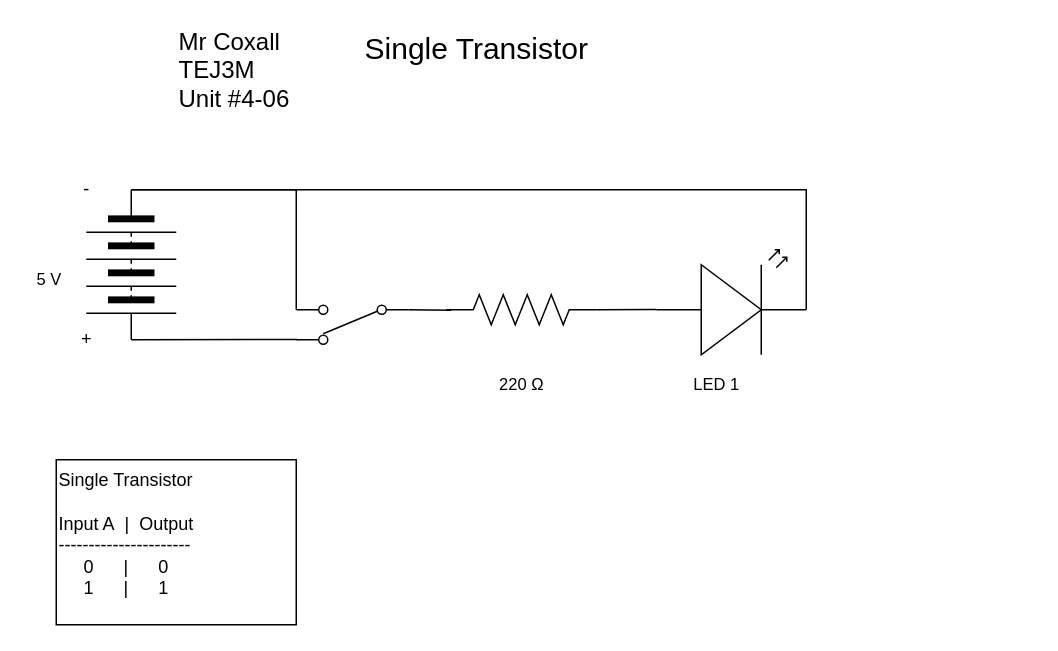
Above: Unit4-06/TEJ3M-Unit4-06.drawio in tej3m1-1-2021/TEJ3M-Unit4 (draw.io), before the change. Source tidied: cells renumbered, new cells numbered last; positions are measured from the earlier drawing's top-left corner, leaving out a move shared by most shapes. Both pictures are drawn from the tidied source at 150%, with x=0, y=0 at pixel (26, 32).
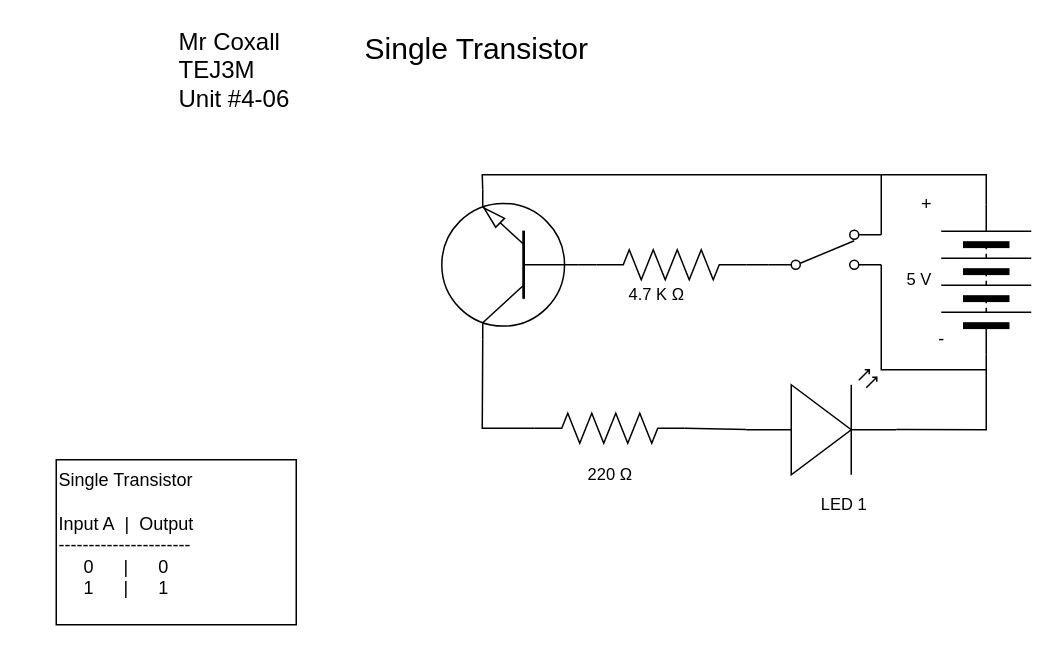
The same diagram, later.

What changed in the source:
```diff
@@
-    <mxCell id="2" style="edgeStyle=none;shape=connector;rounded=0;html=1;entryX=1;entryY=0.57;entryDx=0;entryDy=0;entryPerimeter=0;labelBackgroundColor=default;fontFamily=Helvetica;fontSize=11;fontColor=default;endArrow=none;endFill=0;strokeColor=default;" parent="1" edge="1" target="7">
-      <mxGeometry relative="1" as="geometry">
-        <mxPoint x="70" y="105" as="sourcePoint" />
-        <Array as="points">
-          <mxPoint x="520" y="105" />
-        </Array>
-      </mxGeometry>
-    </mxCell>
-    <mxCell id="3" style="verticalLabelPosition=bottom;shadow=0;dashed=0;align=center;html=1;verticalAlign=top;shape=mxgraph.electrical.miscellaneous.batteryStack;rotation=90;" parent="1" vertex="1">
-      <mxGeometry x="20" y="125" width="100" height="60" as="geometry" />
+    <mxCell id="3" style="verticalLabelPosition=bottom;shadow=0;dashed=0;align=center;html=1;verticalAlign=top;shape=mxgraph.electrical.miscellaneous.batteryStack;rotation=-90;" parent="1" vertex="1">
+      <mxGeometry x="590" y="135" width="100" height="60" as="geometry" />
     </mxCell>
-    <mxCell id="4" style="edgeStyle=none;shape=connector;rounded=1;html=1;exitX=1;exitY=0.5;exitDx=0;exitDy=0;exitPerimeter=0;entryX=0;entryY=0.57;entryDx=0;entryDy=0;entryPerimeter=0;labelBackgroundColor=default;fontFamily=Helvetica;fontSize=11;fontColor=default;endArrow=none;endFill=0;strokeColor=default;" parent="1" edge="1" source="6" target="7">
+    <mxCell id="4" style="edgeStyle=none;rounded=0;html=1;exitX=1;exitY=0.5;exitDx=0;exitDy=0;exitPerimeter=0;entryX=0;entryY=0.57;entryDx=0;entryDy=0;entryPerimeter=0;fontSize=20;endArrow=none;endFill=0;" parent="1" edge="1" source="6" target="7">
       <mxGeometry relative="1" as="geometry" />
     </mxCell>
-    <mxCell id="5" style="edgeStyle=none;html=1;entryX=0;entryY=0.885;entryDx=0;entryDy=0;entryPerimeter=0;endArrow=none;endFill=0;exitX=0.034;exitY=0.519;exitDx=0;exitDy=0;exitPerimeter=0;" parent="1" edge="1" source="6" target="15">
-      <mxGeometry relative="1" as="geometry" />
-    </mxCell>
     <mxCell id="6" style="verticalLabelPosition=bottom;shadow=0;dashed=0;align=center;html=1;verticalAlign=top;shape=mxgraph.electrical.resistors.resistor_2;" parent="1" vertex="1">
-      <mxGeometry x="280" y="175" width="100" height="20" as="geometry" />
+      <mxGeometry x="339" y="254" width="100" height="20" as="geometry" />
     </mxCell>
+    <mxCell id="19" style="edgeStyle=none;rounded=0;html=1;exitX=1;exitY=0.57;exitDx=0;exitDy=0;exitPerimeter=0;entryX=0;entryY=0.5;entryDx=0;entryDy=0;fontSize=20;endArrow=none;endFill=0;" parent="1" edge="1" source="7" target="3">
+      <mxGeometry relative="1" as="geometry">
+        <Array as="points">
+          <mxPoint x="640" y="265" />
+        </Array>
+      </mxGeometry>
+    </mxCell>
     <mxCell id="7" style="verticalLabelPosition=bottom;shadow=0;dashed=0;align=center;html=1;verticalAlign=top;shape=mxgraph.electrical.opto_electronics.led_2;" parent="1" vertex="1">
-      <mxGeometry x="420" y="145" width="100" height="70" as="geometry" />
+      <mxGeometry x="480" y="225" width="100" height="70" as="geometry" />
     </mxCell>
     <mxCell id="8" value="5 V" style="text;html=1;align=center;verticalAlign=middle;strokeColor=none;fillColor=none;fontSize=11;fontFamily=Helvetica;fontColor=default;" parent="1" vertex="1">
-      <mxGeometry y="155" width="30" height="20" as="geometry" />
+      <mxGeometry x="580" y="155" width="30" height="20" as="geometry" />
     </mxCell>
     <mxCell id="9" value="220&amp;nbsp;Ω" style="text;html=1;align=center;verticalAlign=middle;strokeColor=none;fillColor=none;fontSize=11;fontFamily=Helvetica;fontColor=default;" parent="1" vertex="1">
-      <mxGeometry x="305" y="225" width="50" height="20" as="geometry" />
+      <mxGeometry x="364" y="285" width="50" height="20" as="geometry" />
     </mxCell>
     <mxCell id="10" value="LED 1" style="text;html=1;align=center;verticalAlign=middle;strokeColor=none;fillColor=none;fontSize=11;fontFamily=Helvetica;fontColor=default;" parent="1" vertex="1">
-      <mxGeometry x="435" y="225" width="50" height="20" as="geometry" />
+      <mxGeometry x="520" y="305" width="50" height="20" as="geometry" />
     </mxCell>
@@
-    <mxCell id="13" style="edgeStyle=none;html=1;entryX=1;entryY=0.5;entryDx=0;entryDy=0;endArrow=none;endFill=0;exitX=0.99;exitY=0.121;exitDx=0;exitDy=0;exitPerimeter=0;rounded=0;" parent="1" edge="1" source="15" target="3">
-      <mxGeometry relative="1" as="geometry">
-        <Array as="points">
-          <mxPoint x="181" y="205" />
-        </Array>
-      </mxGeometry>
-    </mxCell>
-    <mxCell id="14" style="edgeStyle=none;html=1;exitX=1;exitY=0.885;exitDx=0;exitDy=0;exitPerimeter=0;entryX=0;entryY=0.5;entryDx=0;entryDy=0;endArrow=none;endFill=0;rounded=0;" parent="1" edge="1" source="15" target="3">
-      <mxGeometry relative="1" as="geometry">
-        <Array as="points">
-          <mxPoint x="180" y="105" />
-        </Array>
-      </mxGeometry>
-    </mxCell>
+    <mxCell id="20" style="edgeStyle=none;rounded=0;html=1;exitX=1;exitY=0.115;exitDx=0;exitDy=0;exitPerimeter=0;fontSize=20;endArrow=none;endFill=0;entryX=1;entryY=0.5;entryDx=0;entryDy=0;" parent="1" edge="1" source="15" target="3">
+      <mxGeometry relative="1" as="geometry">
+        <Array as="points">
+          <mxPoint x="570" y="95" />
+          <mxPoint x="640" y="95" />
+        </Array>
+      </mxGeometry>
+    </mxCell>
+    <mxCell id="21" style="edgeStyle=none;rounded=0;html=1;exitX=1;exitY=0.885;exitDx=0;exitDy=0;exitPerimeter=0;fontSize=20;endArrow=none;endFill=0;" parent="1" edge="1" source="15">
+      <mxGeometry relative="1" as="geometry">
+        <mxPoint x="640" y="225" as="targetPoint" />
+        <Array as="points">
+          <mxPoint x="570" y="225" />
+        </Array>
+      </mxGeometry>
+    </mxCell>
-    <mxCell id="15" style="verticalLabelPosition=bottom;shadow=0;dashed=0;align=center;html=1;verticalAlign=top;shape=mxgraph.electrical.electro-mechanical.2-way_switch;rotation=-180;" parent="1" vertex="1">
-      <mxGeometry x="180" y="182" width="75" height="26" as="geometry" />
+    <mxCell id="15" style="verticalLabelPosition=bottom;shadow=0;dashed=0;align=center;html=1;verticalAlign=top;shape=mxgraph.electrical.electro-mechanical.2-way_switch;rotation=0;" parent="1" vertex="1">
+      <mxGeometry x="495" y="132" width="75" height="26" as="geometry" />
     </mxCell>
-    <mxCell id="16" value="+" style="text;html=1;align=center;verticalAlign=middle;strokeColor=none;fillColor=none;" parent="1" vertex="1">
-      <mxGeometry x="30" y="195" width="20" height="20" as="geometry" />
+    <mxCell id="16" value="-" style="text;html=1;align=center;verticalAlign=middle;strokeColor=none;fillColor=none;" parent="1" vertex="1">
+      <mxGeometry x="600" y="195" width="20" height="20" as="geometry" />
     </mxCell>
-    <mxCell id="17" value="-" style="text;html=1;align=center;verticalAlign=middle;strokeColor=none;fillColor=none;" parent="1" vertex="1">
-      <mxGeometry x="30" y="95" width="20" height="20" as="geometry" />
+    <mxCell id="17" value="+" style="text;html=1;align=center;verticalAlign=middle;strokeColor=none;fillColor=none;" parent="1" vertex="1">
+      <mxGeometry x="590" y="105" width="20" height="20" as="geometry" />
     </mxCell>
@@
+    <mxCell id="22" style="edgeStyle=none;rounded=0;html=1;exitX=0;exitY=0.5;exitDx=0;exitDy=0;exitPerimeter=0;entryX=0;entryY=0.5;entryDx=0;entryDy=0;entryPerimeter=0;fontSize=20;endArrow=none;endFill=0;" parent="1" edge="1" source="24" target="26">
+      <mxGeometry relative="1" as="geometry" />
+    </mxCell>
+    <mxCell id="23" style="edgeStyle=none;rounded=0;html=1;exitX=0.7;exitY=1;exitDx=0;exitDy=0;exitPerimeter=0;fontSize=20;endArrow=none;endFill=0;" parent="1" edge="1" source="24">
+      <mxGeometry relative="1" as="geometry">
+        <mxPoint x="570" y="95" as="targetPoint" />
+        <Array as="points">
+          <mxPoint x="304" y="95" />
+        </Array>
+      </mxGeometry>
+    </mxCell>
+    <mxCell id="24" style="verticalLabelPosition=bottom;shadow=0;dashed=0;align=center;html=1;verticalAlign=top;shape=mxgraph.electrical.transistors.npn_transistor_1;fontSize=20;rotation=-180;" parent="1" vertex="1">
+      <mxGeometry x="275" y="105" width="95" height="100" as="geometry" />
+    </mxCell>
+    <mxCell id="25" style="edgeStyle=none;rounded=0;html=1;exitX=1;exitY=0.5;exitDx=0;exitDy=0;exitPerimeter=0;entryX=0;entryY=0.885;entryDx=0;entryDy=0;entryPerimeter=0;fontSize=20;endArrow=none;endFill=0;" parent="1" edge="1" source="26" target="15">
+      <mxGeometry relative="1" as="geometry" />
+    </mxCell>
+    <mxCell id="26" style="verticalLabelPosition=bottom;shadow=0;dashed=0;align=center;html=1;verticalAlign=top;shape=mxgraph.electrical.resistors.resistor_2;" parent="1" vertex="1">
+      <mxGeometry x="380" y="145" width="100" height="20" as="geometry" />
+    </mxCell>
+    <mxCell id="27" value="4.7 K Ω" style="text;html=1;align=center;verticalAlign=middle;strokeColor=none;fillColor=none;fontSize=11;fontFamily=Helvetica;fontColor=default;" parent="1" vertex="1">
+      <mxGeometry x="395" y="165" width="50" height="20" as="geometry" />
+    </mxCell>
+    <mxCell id="28" style="edgeStyle=none;rounded=0;html=1;exitX=0;exitY=0.5;exitDx=0;exitDy=0;exitPerimeter=0;fontSize=20;endArrow=none;endFill=0;entryX=0.7;entryY=0;entryDx=0;entryDy=0;entryPerimeter=0;" parent="1" edge="1" source="6" target="24">
+      <mxGeometry relative="1" as="geometry">
+        <Array as="points">
+          <mxPoint x="304" y="264" />
+        </Array>
+      </mxGeometry>
+    </mxCell>
```
